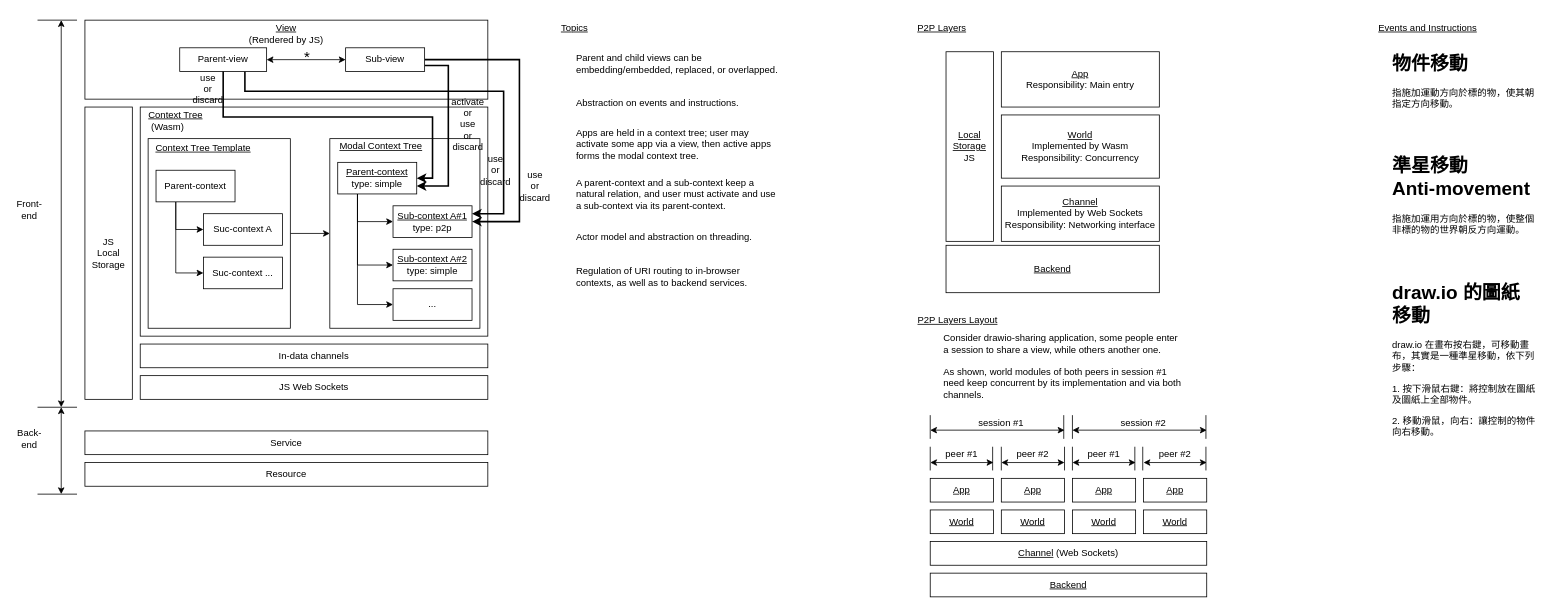
This is design/design.drawio from YauHsien/frontend_drawio-inspired, a draw.io file, before an edit. Source tidied: cells renumbered, new cells numbered last; positions are measured from the earlier drawing's top-left corner, leaving out a move shared by most shapes. Both pictures are drawn from the tidied source at 79%, with x=0, y=0 at pixel (13, 20).
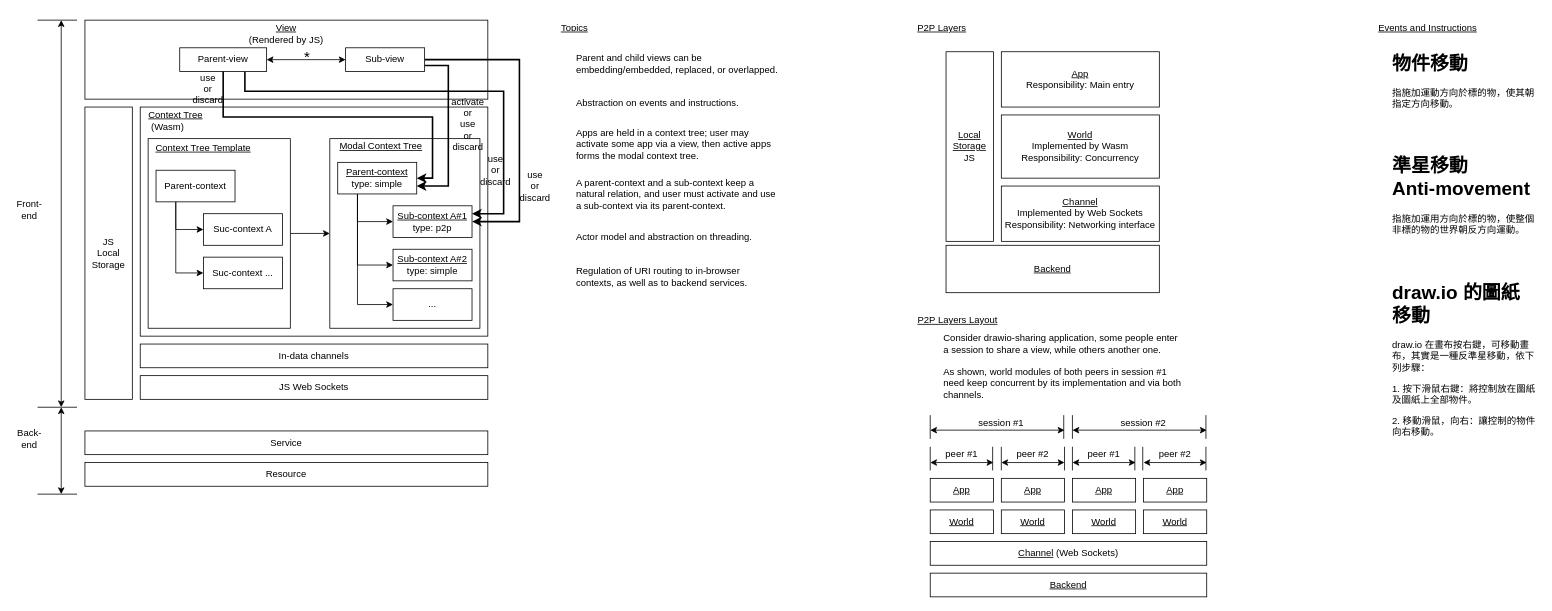
The same page after the edit.

Commit message:
Typo design 20230114

The edit, as a diff of the source:
```diff
@@
-    <mxCell id="59" value="&lt;h1&gt;draw.io 的圖紙移動&lt;br&gt;&lt;/h1&gt;&lt;p&gt;&lt;span&gt;draw.io 在畫布按右鍵，可移動畫布，其實是一種準星移動，依下列步驟：&lt;/span&gt;&lt;br&gt;&lt;/p&gt;&lt;p&gt;1. 按下滑鼠右鍵：將控制放在圖紙及圖紙上全部物件。&lt;/p&gt;&lt;p&gt;2. 移動滑鼠，向右：讓控制的物件向右移動。&lt;/p&gt;" style="text;html=1;strokeColor=none;fillColor=none;spacing=5;spacingTop=-20;whiteSpace=wrap;overflow=hidden;rounded=0;" parent="1" vertex="1">
+    <mxCell id="59" value="&lt;h1&gt;draw.io 的圖紙移動&lt;br&gt;&lt;/h1&gt;&lt;p&gt;&lt;span&gt;draw.io 在畫布按右鍵，可移動畫布，其實是一種反準星移動，依下列步驟：&lt;/span&gt;&lt;br&gt;&lt;/p&gt;&lt;p&gt;1. 按下滑鼠右鍵：將控制放在圖紙及圖紙上全部物件。&lt;/p&gt;&lt;p&gt;2. 移動滑鼠，向右：讓控制的物件向右移動。&lt;/p&gt;" style="text;html=1;strokeColor=none;fillColor=none;spacing=5;spacingTop=-20;whiteSpace=wrap;overflow=hidden;rounded=0;" parent="1" vertex="1">
       <mxGeometry x="1740" y="325" width="190" height="310" as="geometry" />
     </mxCell>
```
